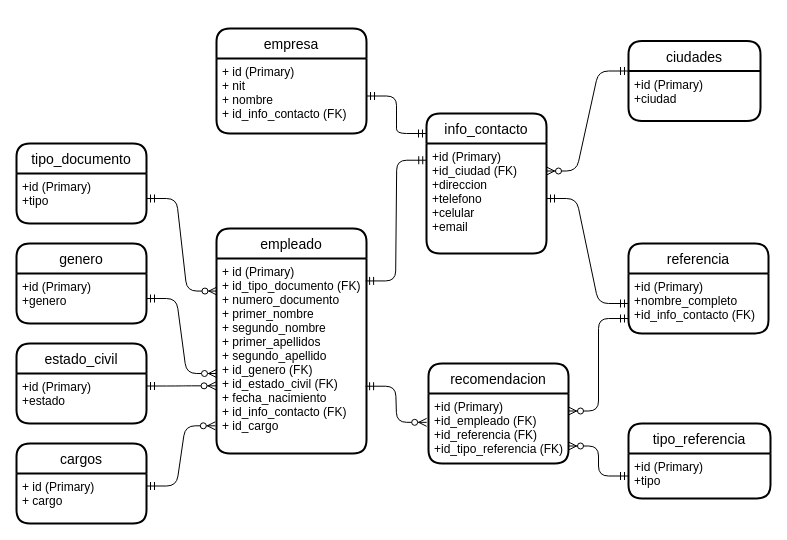
Earlier version of the draw.io diagram DiseñoRelacional.drawio (shaten10/hdv). Source tidied: cells renumbered, new cells numbered last; positions are measured from the earlier drawing's top-left corner, leaving out a move shared by most shapes. Both pictures are drawn from the tidied source at 100%, with x=0, y=0 at pixel (16, 28).
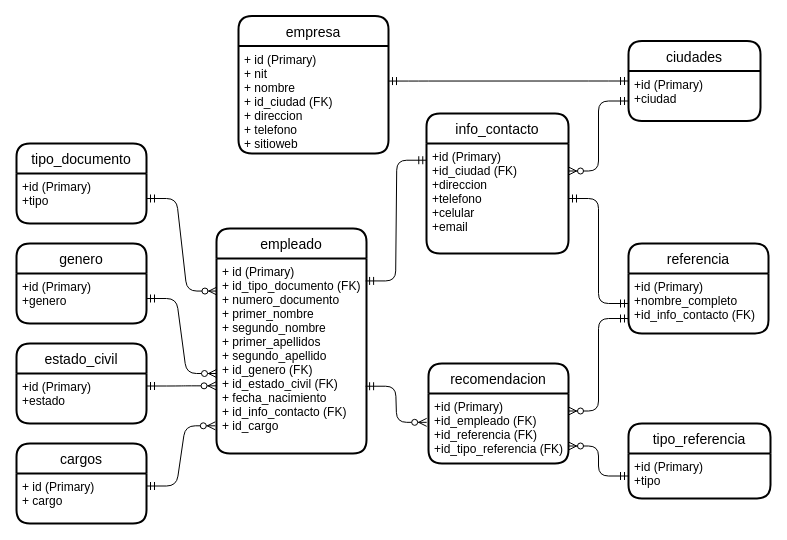
Above is the later version.

The change refers to these unchanged cells:
```xml
<mxCell id="14" value="ciudades" style="swimlane;horizontal=1;startSize=30;rounded=1;fontSize=14;fontStyle=0;strokeWidth=2;shadow=0;dashed=0;align=center;" parent="1" vertex="1">
  <mxGeometry x="612" y="12.5" width="132" height="80" as="geometry" />
</mxCell>
<mxCell id="15" value="+id (Primary)&#10;+ciudad" style="align=left;strokeColor=none;fillColor=none;spacingLeft=4;fontSize=12;verticalAlign=top;" parent="14" vertex="1">
  <mxGeometry y="30" width="132" height="50" as="geometry" />
</mxCell>
```

What changed in the source:
```diff
@@
     <mxCell id="2" value="info_contacto" style="swimlane;horizontal=1;startSize=30;rounded=1;fontSize=14;fontStyle=0;strokeWidth=2;shadow=0;dashed=0;align=center;" parent="1" vertex="1">
-      <mxGeometry x="410" y="85" width="120" height="140" as="geometry" />
+      <mxGeometry x="410" y="85" width="142" height="140" as="geometry" />
     </mxCell>
     <mxCell id="3" value="+id (Primary)&#10;+id_ciudad (FK)&#10;+direccion&#10;+telefono&#10;+celular&#10;+email" style="align=left;strokeColor=none;fillColor=none;spacingLeft=4;fontSize=12;verticalAlign=top;" parent="2" vertex="1">
-      <mxGeometry y="30" width="120" height="110" as="geometry" />
+      <mxGeometry y="30" width="142" height="110" as="geometry" />
     </mxCell>
@@
     <mxCell id="20" value="empresa" style="swimlane;horizontal=1;startSize=30;rounded=1;fontSize=14;fontStyle=0;strokeWidth=2;shadow=0;dashed=0;align=center;" parent="1" vertex="1">
-      <mxGeometry x="200" width="150" height="105" as="geometry" />
+      <mxGeometry x="222" y="-12.5" width="150" height="137.5" as="geometry" />
     </mxCell>
-    <mxCell id="21" value="+ id (Primary)&#10;+ nit&#10;+ nombre&#10;+ id_info_contacto (FK) " style="align=left;strokeColor=none;fillColor=none;spacingLeft=4;fontSize=12;verticalAlign=top;" parent="20" vertex="1">
-      <mxGeometry y="30" width="150" height="75" as="geometry" />
+    <mxCell id="21" value="+ id (Primary)&#10;+ nit&#10;+ nombre&#10;+ id_ciudad (FK)&#10;+ direccion&#10;+ telefono&#10;+ sitioweb " style="align=left;strokeColor=none;fillColor=none;spacingLeft=4;fontSize=12;verticalAlign=top;" parent="20" vertex="1">
+      <mxGeometry y="30" width="150" height="107.5" as="geometry" />
     </mxCell>
@@
-    <mxCell id="30" style="edgeStyle=entityRelationEdgeStyle;fontSize=12;html=1;endArrow=ERmandOne;startArrow=ERmandOne;exitX=1;exitY=0.5;exitDx=0;exitDy=0;" parent="1" edge="1" source="21">
-      <mxGeometry relative="1" as="geometry">
-        <mxPoint x="410" y="105" as="targetPoint" />
-      </mxGeometry>
+    <mxCell id="30" style="edgeStyle=entityRelationEdgeStyle;fontSize=12;html=1;endArrow=ERmandOne;startArrow=ERmandOne;exitX=1;exitY=0.326;exitDx=0;exitDy=0;exitPerimeter=0;" parent="1" edge="1" source="21" target="14">
+      <mxGeometry relative="1" as="geometry" />
     </mxCell>
-    <mxCell id="31" style="edgeStyle=entityRelationEdgeStyle;fontSize=12;html=1;endArrow=ERzeroToMany;startArrow=ERmandOne;exitX=0;exitY=0;exitDx=0;exitDy=0;entryX=1;entryY=0.25;entryDx=0;entryDy=0;" parent="1" edge="1" source="15" target="3">
+    <mxCell id="31" style="edgeStyle=entityRelationEdgeStyle;fontSize=12;html=1;endArrow=ERzeroToMany;startArrow=ERmandOne;exitX=0;exitY=0.75;exitDx=0;exitDy=0;entryX=1;entryY=0.25;entryDx=0;entryDy=0;" parent="1" edge="1" source="14" target="3">
       <mxGeometry relative="1" as="geometry" />
     </mxCell>
```
